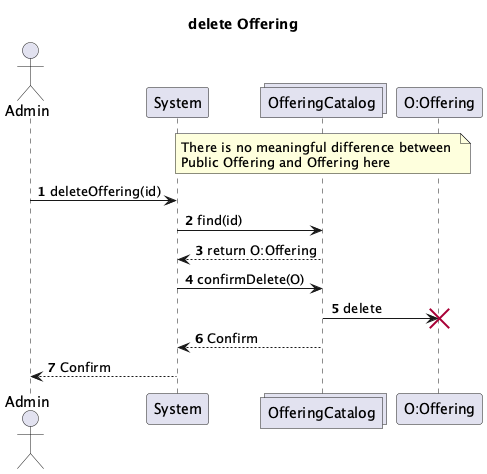
Before: System-Diagrams/UML Interaction/Admin/Admin-Interaction-Diagrams_005.png, a diagram exported from PlantUML (vibqetowi/soen-342-project). Its diagram source:
```plantuml
@startuml
actor Admin
participant System
collections OfferingCatalog
participant "O:Offering"

note over of OfferingCatalog
There is no meaningful difference between
Public Offering and Offering here
end note

title delete Offering

autonumber

Admin -> System : deleteOffering(id)
System -> OfferingCatalog : find(id)
OfferingCatalog --> System : return O:Offering
System -> OfferingCatalog : confirmDelete(O)
OfferingCatalog -> "O:Offering" !! : delete
OfferingCatalog --> System : Confirm
System --> Admin : Confirm

@enduml
```
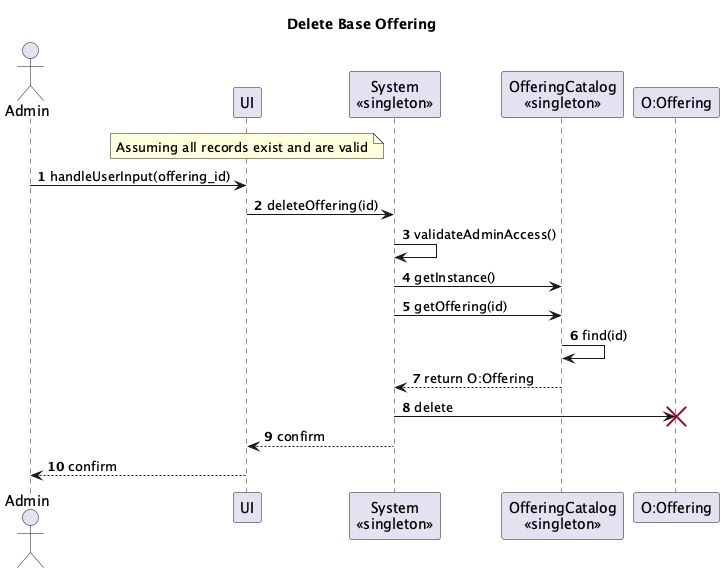
After the change.

Change to the diagram source:
```diff
@@ -1,24 +1,27 @@
 @startuml
 actor Admin
-participant System
-collections OfferingCatalog
-participant "O:Offering"
+participant UI
+participant "System\n<<singleton>>" as System
+participant "OfferingCatalog\n<<singleton>>" as OfferingCatalog
+participant "O:Offering" as Offering
 
-note over of OfferingCatalog
-There is no meaningful difference between
-Public Offering and Offering here
+title Delete Base Offering
+
+note over UI
+Assuming all records exist and are valid
 end note
-
-title delete Offering
 
 autonumber
 
-Admin -> System : deleteOffering(id)
-System -> OfferingCatalog : find(id)
-OfferingCatalog --> System : return O:Offering
-System -> OfferingCatalog : confirmDelete(O)
-OfferingCatalog -> "O:Offering" !! : delete
-OfferingCatalog --> System : Confirm
-System --> Admin : Confirm
+Admin -> UI: handleUserInput(offering_id)
+UI -> System: deleteOffering(id)
 
+System -> System: validateAdminAccess()
+System -> OfferingCatalog: getInstance()
+System -> OfferingCatalog: getOffering(id)
+OfferingCatalog -> OfferingCatalog: find(id)
+OfferingCatalog --> System: return O:Offering
+System -> Offering !!: delete
+System --> UI: confirm
+UI --> Admin: confirm
 @enduml
```
